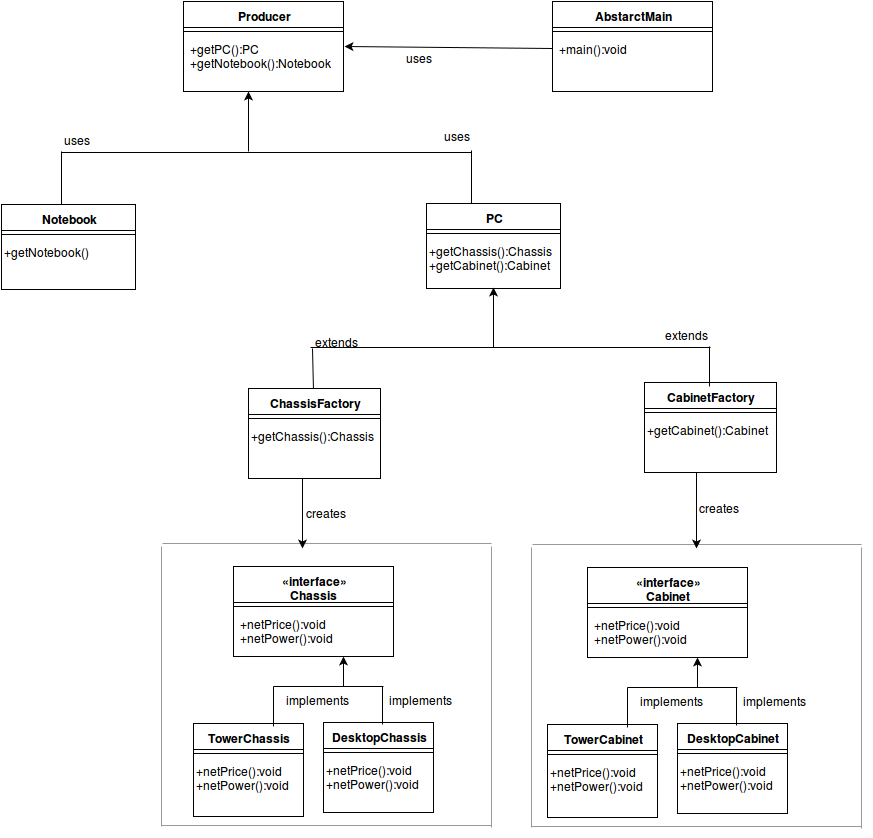
Before: Designpattern/2.c.png, a diagram exported from draw.io (sohailpatel/DesignPatterns). Source tidied: cells renumbered, new cells last; positions are measured from the earlier drawing's top-left corner, leaving out a move shared by most shapes.
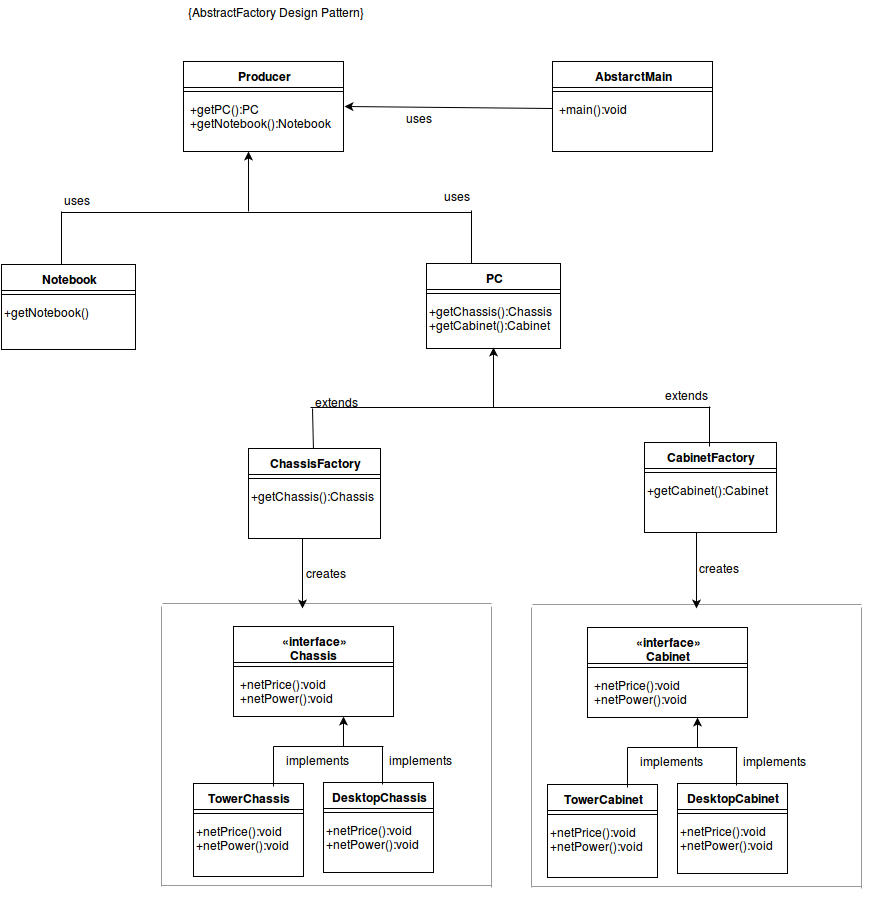
Above is the later version.

Commit message:
Added Design pattern in png file

Change to the diagram source:
```diff
@@ -271,5 +271,8 @@
     <mxCell id="75" value="extends" style="text;html=1;" parent="1" vertex="1">
       <mxGeometry x="311" y="327" width="30" height="30" as="geometry" />
     </mxCell>
+    <mxCell id="76" value="{AbstractFactory Design Pattern}" style="text;html=1;strokeColor=none;fillColor=none;align=center;verticalAlign=middle;whiteSpace=wrap;overflow=hidden;" parent="1" vertex="1">
+      <mxGeometry x="67" y="-60" width="413" height="20" as="geometry" />
+    </mxCell>
   </root>
 </mxGraphModel>
```
